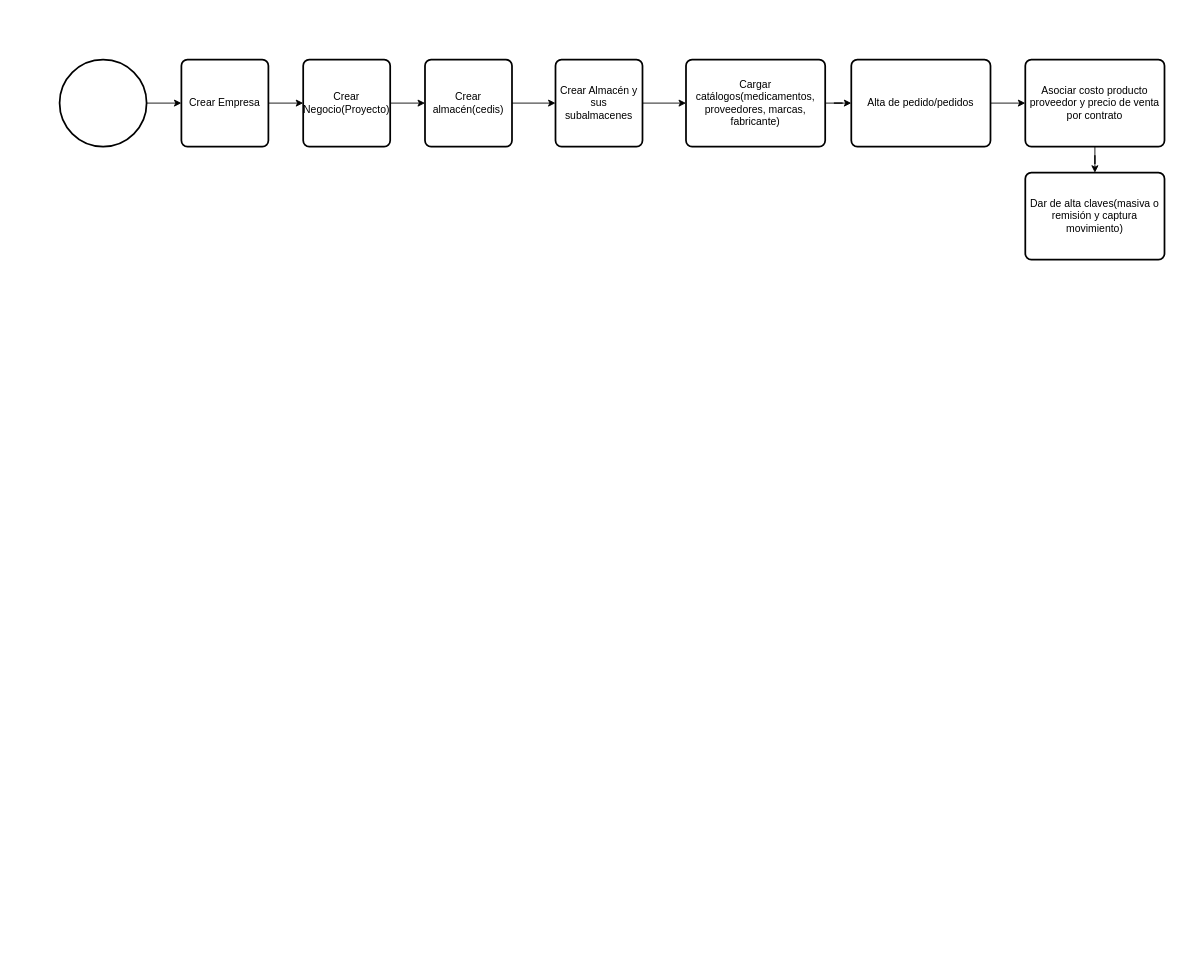
The draw.io diagram FlujoWMSCompleto.drawio in ErnestoDanielTafoyaMolinaCYM/clases-cat-cym, before the edit. Source tidied: cells renumbered, new cells numbered last; positions are measured from the earlier drawing's top-left corner, leaving out a move shared by most shapes. Both pictures are drawn from the tidied source at 87%, with x=0, y=0 at pixel (59, 59).
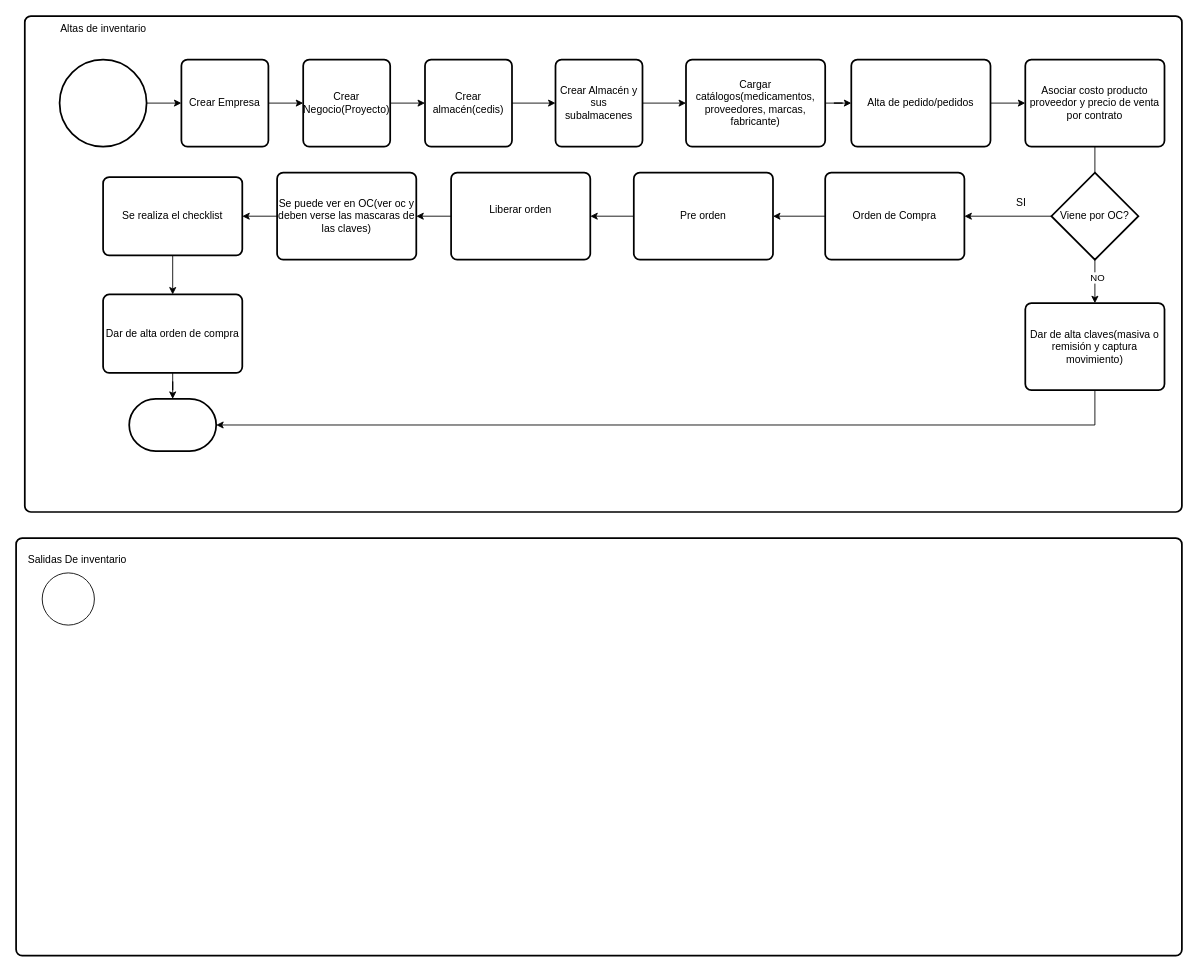
After the change.

The change refers to these unchanged cells:
```xml
<mxCell id="16" style="edgeStyle=orthogonalEdgeStyle;rounded=0;jettySize=auto;html=1;" parent="1" edge="1" source="17" target="18">
  <mxGeometry relative="1" as="geometry" />
</mxCell>
```

What changed in the source:
```diff
@@
+    <mxCell id="19" style="rounded=1;whiteSpace=wrap;html=1;absoluteArcSize=1;arcSize=14;strokeWidth=2;" parent="1" vertex="1">
+      <mxGeometry x="-50" y="550" width="1340" height="480" as="geometry" />
+    </mxCell>
+    <mxCell id="20" style="rounded=1;whiteSpace=wrap;html=1;absoluteArcSize=1;arcSize=14;strokeWidth=2;" parent="1" vertex="1">
+      <mxGeometry x="-40" y="-50" width="1330" height="570" as="geometry" />
+    </mxCell>
@@
+    <mxCell id="21" value="NO" style="edgeLabel;html=1;align=center;verticalAlign=middle;" parent="16" vertex="1">
+      <mxGeometry x="0.68" y="2" relative="1" as="geometry">
+        <mxPoint y="-1" as="offset" />
+      </mxGeometry>
+    </mxCell>
@@
+    <mxCell id="22" style="edgeStyle=orthogonalEdgeStyle;rounded=0;jettySize=auto;html=1;exitX=0;exitY=0.5;exitDx=0;exitDy=0;exitPerimeter=0;" parent="1" edge="1" source="36" target="25">
+      <mxGeometry relative="1" as="geometry" />
+    </mxCell>
+    <mxCell id="23" style="edgeStyle=orthogonalEdgeStyle;rounded=0;jettySize=auto;html=1;exitX=0.5;exitY=1;exitDx=0;exitDy=0;" parent="1" edge="1" source="18" target="38">
+      <mxGeometry relative="1" as="geometry">
+        <Array as="points">
+          <mxPoint x="1190" y="420" />
+        </Array>
+      </mxGeometry>
+    </mxCell>
     <mxCell id="18" value="Dar de alta claves(masiva o remisión y captura movimiento)" style="rounded=1;whiteSpace=wrap;html=1;absoluteArcSize=1;arcSize=14;strokeWidth=2;" parent="1" vertex="1">
-      <mxGeometry x="1110" y="130" width="160" height="100" as="geometry" />
+      <mxGeometry x="1110" y="280" width="160" height="100" as="geometry" />
     </mxCell>
+    <mxCell id="24" style="edgeStyle=orthogonalEdgeStyle;rounded=0;jettySize=auto;html=1;" parent="1" edge="1" source="25" target="27">
+      <mxGeometry relative="1" as="geometry" />
+    </mxCell>
+    <mxCell id="25" value="Orden de Compra" style="rounded=1;whiteSpace=wrap;html=1;absoluteArcSize=1;arcSize=14;strokeWidth=2;" parent="1" vertex="1">
+      <mxGeometry x="880" y="130" width="160" height="100" as="geometry" />
+    </mxCell>
+    <mxCell id="26" style="edgeStyle=orthogonalEdgeStyle;rounded=0;jettySize=auto;html=1;" parent="1" edge="1" source="27" target="29">
+      <mxGeometry relative="1" as="geometry" />
+    </mxCell>
+    <mxCell id="27" value="Pre orden" style="rounded=1;whiteSpace=wrap;html=1;absoluteArcSize=1;arcSize=14;strokeWidth=2;" parent="1" vertex="1">
+      <mxGeometry x="660" y="130" width="160" height="100" as="geometry" />
+    </mxCell>
+    <mxCell id="28" style="edgeStyle=orthogonalEdgeStyle;rounded=0;jettySize=auto;html=1;" parent="1" edge="1" source="29" target="31">
+      <mxGeometry relative="1" as="geometry" />
+    </mxCell>
+    <mxCell id="29" value="Liberar orden&lt;div&gt;&lt;br&gt;&lt;/div&gt;" style="rounded=1;whiteSpace=wrap;html=1;absoluteArcSize=1;arcSize=14;strokeWidth=2;" parent="1" vertex="1">
+      <mxGeometry x="450" y="130" width="160" height="100" as="geometry" />
+    </mxCell>
+    <mxCell id="30" style="edgeStyle=orthogonalEdgeStyle;rounded=0;jettySize=auto;html=1;" parent="1" edge="1" source="31" target="33">
+      <mxGeometry relative="1" as="geometry" />
+    </mxCell>
+    <mxCell id="31" value="&lt;div&gt;Se puede ver en OC(ver oc y deben verse las mascaras de las claves)&lt;/div&gt;" style="rounded=1;whiteSpace=wrap;html=1;absoluteArcSize=1;arcSize=14;strokeWidth=2;" parent="1" vertex="1">
+      <mxGeometry x="250" y="130" width="160" height="100" as="geometry" />
+    </mxCell>
+    <mxCell id="32" style="edgeStyle=orthogonalEdgeStyle;rounded=0;jettySize=auto;html=1;" parent="1" edge="1" source="33" target="35">
+      <mxGeometry relative="1" as="geometry" />
+    </mxCell>
+    <mxCell id="33" value="Se realiza el checklist" style="whiteSpace=wrap;html=1;rounded=1;absoluteArcSize=1;arcSize=14;strokeWidth=2;" parent="1" vertex="1">
+      <mxGeometry x="50" y="135" width="160" height="90" as="geometry" />
+    </mxCell>
+    <mxCell id="34" style="edgeStyle=orthogonalEdgeStyle;rounded=0;jettySize=auto;html=1;" parent="1" edge="1" source="35" target="38">
+      <mxGeometry relative="1" as="geometry" />
+    </mxCell>
+    <mxCell id="35" value="Dar de alta orden de compra" style="whiteSpace=wrap;html=1;rounded=1;absoluteArcSize=1;arcSize=14;strokeWidth=2;" parent="1" vertex="1">
+      <mxGeometry x="50" y="270" width="160" height="90" as="geometry" />
+    </mxCell>
+    <mxCell id="36" value="Viene por OC?" style="strokeWidth=2;html=1;shape=mxgraph.flowchart.decision;whiteSpace=wrap;" parent="1" vertex="1">
+      <mxGeometry x="1140" y="130" width="100" height="100" as="geometry" />
+    </mxCell>
+    <mxCell id="37" value="SI" style="text;html=1;align=center;verticalAlign=middle;strokeColor=none;fillColor=none;" parent="1" vertex="1">
+      <mxGeometry x="1090" y="150" width="30" height="30" as="geometry" />
+    </mxCell>
+    <mxCell id="38" style="strokeWidth=2;html=1;shape=mxgraph.flowchart.terminator;whiteSpace=wrap;" parent="1" vertex="1">
+      <mxGeometry x="80" y="390" width="100" height="60" as="geometry" />
+    </mxCell>
+    <mxCell id="39" value="Altas de inventario" style="text;html=1;align=center;verticalAlign=middle;strokeColor=none;fillColor=none;" parent="1" vertex="1">
+      <mxGeometry x="-10" y="-50" width="120" height="30" as="geometry" />
+    </mxCell>
+    <mxCell id="40" value="Salidas De inventario" style="text;html=1;align=center;verticalAlign=middle;strokeColor=none;fillColor=none;" parent="1" vertex="1">
+      <mxGeometry x="-50" y="560" width="140" height="30" as="geometry" />
+    </mxCell>
+    <mxCell id="41" style="verticalLabelPosition=bottom;verticalAlign=top;html=1;shape=mxgraph.flowchart.on-page_reference;" parent="1" vertex="1">
+      <mxGeometry x="-20" y="590" width="60" height="60" as="geometry" />
+    </mxCell>
```
